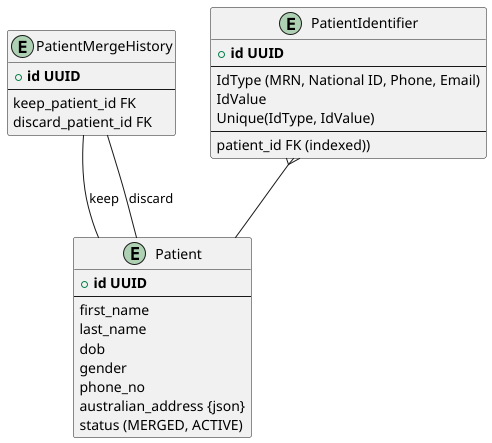
ngurahbas/test2 keeps this PlantUML diagram as design/Patient.png. Above is the earlier version. The source it was exported from:
```plantuml
@startuml
entity Patient {
    + **id UUID**
    --
    first_name
    last_name
    dob
    gender
    phone_no
    australian_address {json}
    status (MERGED, ACTIVE)
}

entity PatientMergeHistory {
    + **id UUID**
    --
    keep_patient_id FK
    discard_patient_id FK
}

PatientMergeHistory -- Patient : keep
PatientMergeHistory -- Patient : discard

entity PatientIdentifier {
    + **id UUID**
    --
    IdType (MRN, National ID, Phone, Email)
    IdValue
    Unique(IdType, IdValue)
    --
    patient_id FK (indexed))
}

PatientIdentifier }-- Patient
@enduml
```
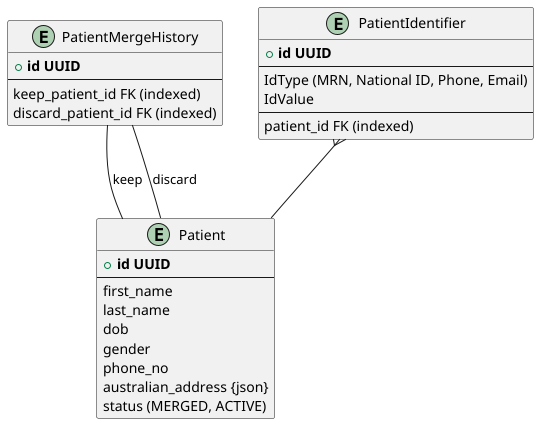
The same file after the commit.

Commit message:
upddate uml

What changed in the source:
```diff
@@ -14,8 +14,8 @@
 entity PatientMergeHistory {
     + **id UUID**
     --
-    keep_patient_id FK
-    discard_patient_id FK
+    keep_patient_id FK (indexed)
+    discard_patient_id FK (indexed)
 }
 
 PatientMergeHistory -- Patient : keep
@@ -26,9 +26,8 @@
     --
     IdType (MRN, National ID, Phone, Email)
     IdValue
-    Unique(IdType, IdValue)
     --
-    patient_id FK (indexed))
+    patient_id FK (indexed)
 }
 
 PatientIdentifier }-- Patient
```
